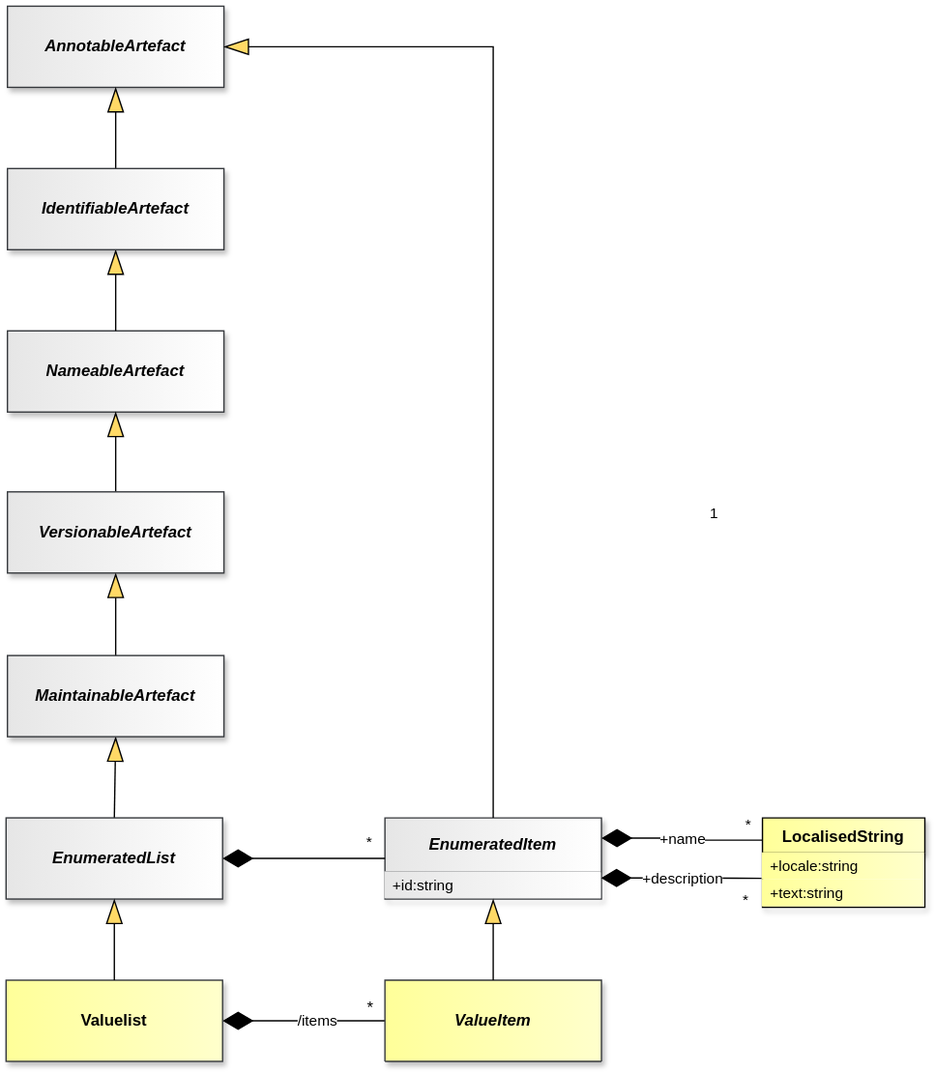
Above: docs/information_model/media/sdmx_codelist-valuelist.svg in sdmx-twg/sdmx-im (draw.io), before the change. Source tidied: cells renumbered, new cells last; positions are measured from the earlier drawing's top-left corner, leaving out a move shared by most shapes.
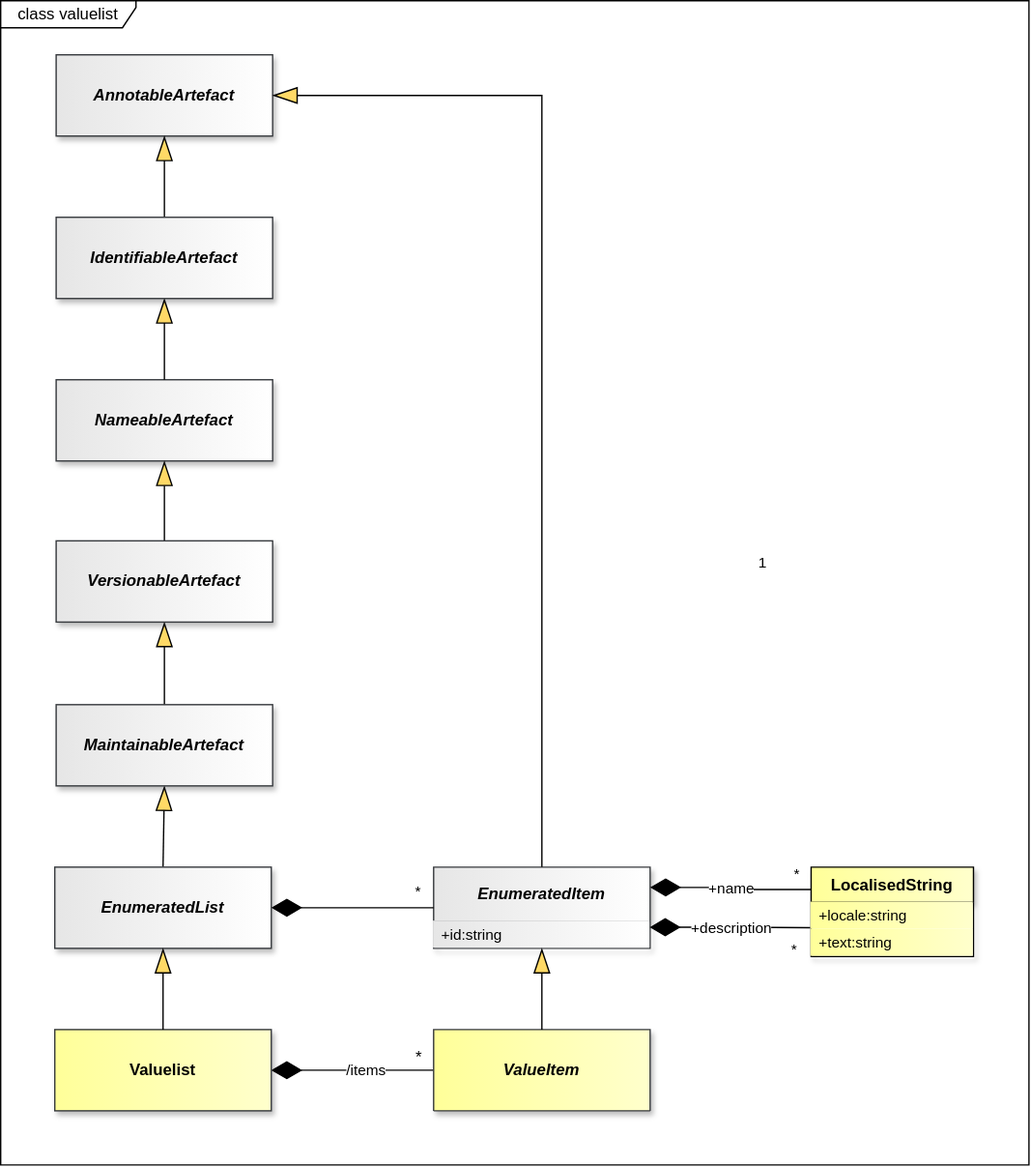
After the change.

The edit, as a diff of the source:
```diff
@@ -2,6 +2,9 @@
   <root>
     <mxCell id="0" />
     <mxCell id="1" parent="0" />
+    <mxCell id="56" value="class valuelist" style="shape=umlFrame;whiteSpace=wrap;html=1;fillColor=light-dark(#FFFFFF,#121212);swimlaneFillColor=light-dark(#FFFFFF,#121212);width=100;height=20;" parent="1" vertex="1">
+      <mxGeometry x="-40" y="-40" width="760" height="860" as="geometry" />
+    </mxCell>
     <mxCell id="2" style="endArrow=none;" parent="1" edge="1">
       <mxGeometry relative="1" as="geometry" />
     </mxCell>
```
